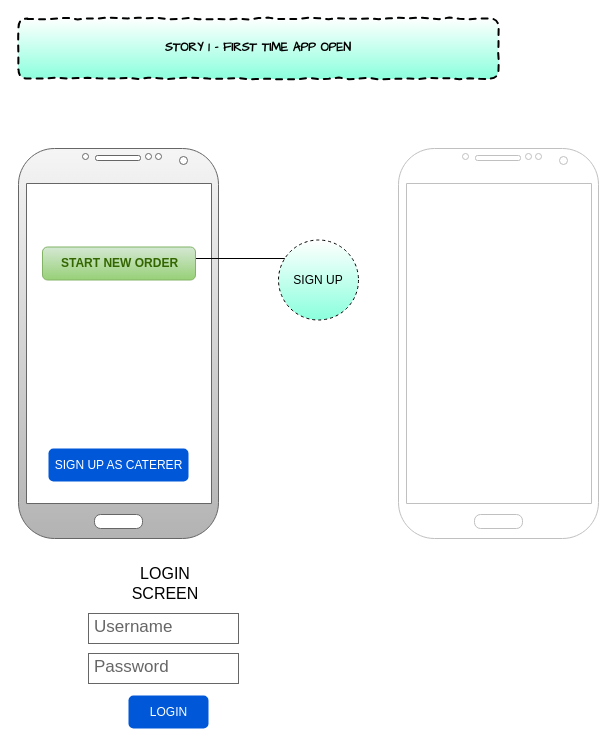
Above: Untitled Diagram.drawio in haroonjoblo/latestNews (draw.io), before the change. Source tidied: cells renumbered, new cells numbered last; positions are measured from the earlier drawing's top-left corner, leaving out a move shared by most shapes. Both pictures are drawn from the tidied source at 100%, with x=0, y=0 at pixel (18, 18).
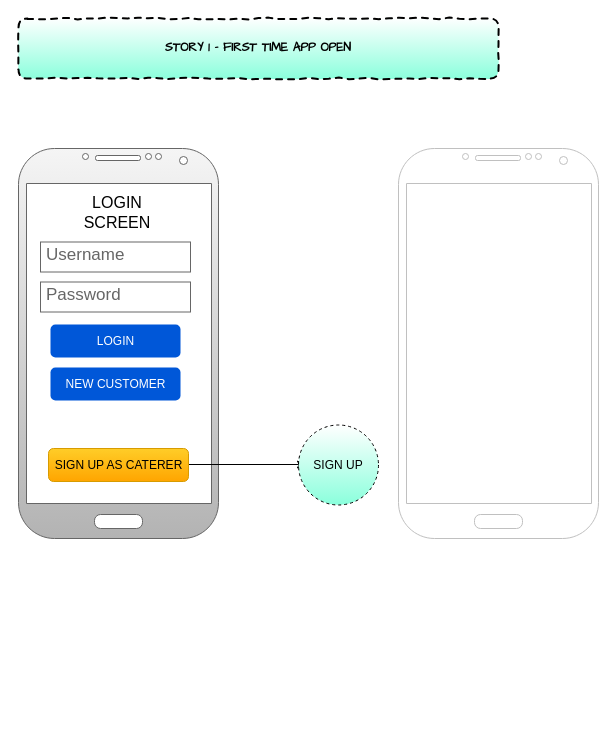
The same page after the edit.

The edit, as a diff of the source:
```diff
@@
 <mxGraphModel>
   <root>
     <mxCell id="0" />
     <mxCell id="1" parent="0" />
     <mxCell id="2" style="verticalLabelPosition=bottom;verticalAlign=top;html=1;shadow=0;dashed=0;strokeWidth=1;shape=mxgraph.android.phone2;rounded=1;glass=0;fillColor=#f5f5f5;strokeColor=#666666;gradientColor=#b3b3b3;" parent="1" vertex="1">
       <mxGeometry y="130" width="200" height="390" as="geometry" />
     </mxCell>
     <mxCell id="3" style="verticalLabelPosition=bottom;verticalAlign=top;html=1;shadow=0;dashed=0;strokeWidth=1;shape=mxgraph.android.phone2;fillColor=#ffffff;strokeColor=#c0c0c0;rounded=1;glass=0;" parent="1" vertex="1">
       <mxGeometry x="380" y="130" width="200" height="390" as="geometry" />
     </mxCell>
     <mxCell id="4" style="endArrow=classic;html=1;" parent="1" edge="1">
       <mxGeometry relative="1" as="geometry">
-        <mxPoint x="177" y="240" as="sourcePoint" />
-        <mxPoint x="297" y="240" as="targetPoint" />
+        <mxPoint x="167" y="446" as="sourcePoint" />
+        <mxPoint x="287" y="446" as="targetPoint" />
       </mxGeometry>
     </mxCell>
     <mxCell id="5" value="STORY 1 - FIRST TIME APP OPEN" style="html=1;whiteSpace=wrap;comic=1;strokeWidth=2;fontFamily=Comic Sans MS;fontStyle=1;rounded=1;glass=0;dashed=1;gradientColor=#8AFFDC;" parent="1" vertex="1">
       <mxGeometry width="480" height="60" as="geometry" />
     </mxCell>
-    <mxCell id="6" value="SIGN UP AS CATERER" style="rounded=1;fillColor=#0057D8;align=center;strokeColor=none;html=1;fontColor=#ffffff;fontSize=12;glass=0;dashed=1;" parent="1" vertex="1">
+    <mxCell id="6" value="SIGN UP AS CATERER" style="rounded=1;fillColor=#ffcd28;align=center;strokeColor=#d79b00;html=1;fontSize=12;glass=0;gradientColor=#ffa500;" parent="1" vertex="1">
       <mxGeometry x="30" y="430" width="140" height="33" as="geometry" />
     </mxCell>
     <mxCell id="7" value="SIGN UP" style="ellipse;whiteSpace=wrap;html=1;rounded=1;glass=0;dashed=1;strokeColor=#000000;gradientColor=#8AFFDC;" parent="1" vertex="1">
-      <mxGeometry x="260" y="221.5" width="80" height="80" as="geometry" />
+      <mxGeometry x="280" y="406.5" width="80" height="80" as="geometry" />
     </mxCell>
-    <mxCell id="8" style="group;" parent="1" vertex="1">
-      <mxGeometry x="70" y="555" width="150" height="155" as="geometry" />
-    </mxCell>
-    <mxCell id="9" value="Username" style="strokeWidth=1;shadow=0;dashed=0;align=center;html=1;shape=mxgraph.mockup.text.textBox;fillColor=#ffffff;fontColor=#666666;align=left;fontSize=17;spacingLeft=4;spacingTop=-3;strokeColor=#666666;mainText=;rounded=1;glass=0;" parent="8" vertex="1">
-      <mxGeometry y="40" width="150" height="30" as="geometry" />
+    <mxCell id="9" value="Username" style="strokeWidth=1;shadow=0;dashed=0;align=center;html=1;shape=mxgraph.mockup.text.textBox;fillColor=#ffffff;fontColor=#666666;align=left;fontSize=17;spacingLeft=4;spacingTop=-3;strokeColor=#666666;mainText=;rounded=1;glass=0;" parent="1" vertex="1">
+      <mxGeometry x="22" y="223.5" width="150" height="30" as="geometry" />
     </mxCell>
-    <mxCell id="10" value="Password" style="strokeWidth=1;shadow=0;dashed=0;align=center;html=1;shape=mxgraph.mockup.text.textBox;fillColor=#ffffff;fontColor=#666666;align=left;fontSize=17;spacingLeft=4;spacingTop=-3;strokeColor=#666666;mainText=;rounded=1;glass=0;" parent="8" vertex="1">
-      <mxGeometry y="80" width="150" height="30" as="geometry" />
+    <mxCell id="10" value="Password" style="strokeWidth=1;shadow=0;dashed=0;align=center;html=1;shape=mxgraph.mockup.text.textBox;fillColor=#ffffff;fontColor=#666666;align=left;fontSize=17;spacingLeft=4;spacingTop=-3;strokeColor=#666666;mainText=;rounded=1;glass=0;" parent="1" vertex="1">
+      <mxGeometry x="22" y="263.5" width="150" height="30" as="geometry" />
     </mxCell>
-    <mxCell id="11" value="LOGIN" style="rounded=1;fillColor=#0057D8;align=center;strokeColor=none;html=1;fontColor=#ffffff;fontSize=12;glass=0;dashed=1;" parent="8" vertex="1">
-      <mxGeometry x="40" y="122" width="80" height="33" as="geometry" />
+    <mxCell id="11" value="LOGIN" style="rounded=1;fillColor=#0057D8;align=center;strokeColor=none;html=1;fontColor=#ffffff;fontSize=12;glass=0;dashed=1;" parent="1" vertex="1">
+      <mxGeometry x="32" y="306" width="130" height="33" as="geometry" />
     </mxCell>
-    <mxCell id="12" value="LOGIN SCREEN" style="text;html=1;align=center;verticalAlign=middle;whiteSpace=wrap;rounded=0;glass=0;dashed=1;fontSize=16;" parent="8" vertex="1">
-      <mxGeometry x="57" width="40" height="20" as="geometry" />
+    <mxCell id="12" value="LOGIN SCREEN" style="text;html=1;align=center;verticalAlign=middle;whiteSpace=wrap;rounded=0;glass=0;dashed=1;fontSize=16;" parent="1" vertex="1">
+      <mxGeometry x="79" y="183.5" width="40" height="20" as="geometry" />
     </mxCell>
-    <mxCell id="13" value="START NEW ORDER" style="rounded=1;fillColor=#d5e8d4;strokeColor=#82b366;html=1;align=center;verticalAlign=middle;fontStyle=1;fontSize=12;glass=0;gradientColor=#97d077;fontColor=#336600;" parent="1" vertex="1">
-      <mxGeometry x="24" y="228.5" width="153" height="33" as="geometry" />
-    </mxCell>
+    <mxCell id="14" value="NEW CUSTOMER" style="rounded=1;fillColor=#0057D8;align=center;strokeColor=none;html=1;fontColor=#ffffff;fontSize=12;glass=0;dashed=1;" parent="1" vertex="1">
+      <mxGeometry x="32" y="349" width="130" height="33" as="geometry" />
+    </mxCell>
   </root>
 </mxGraphModel>
```
